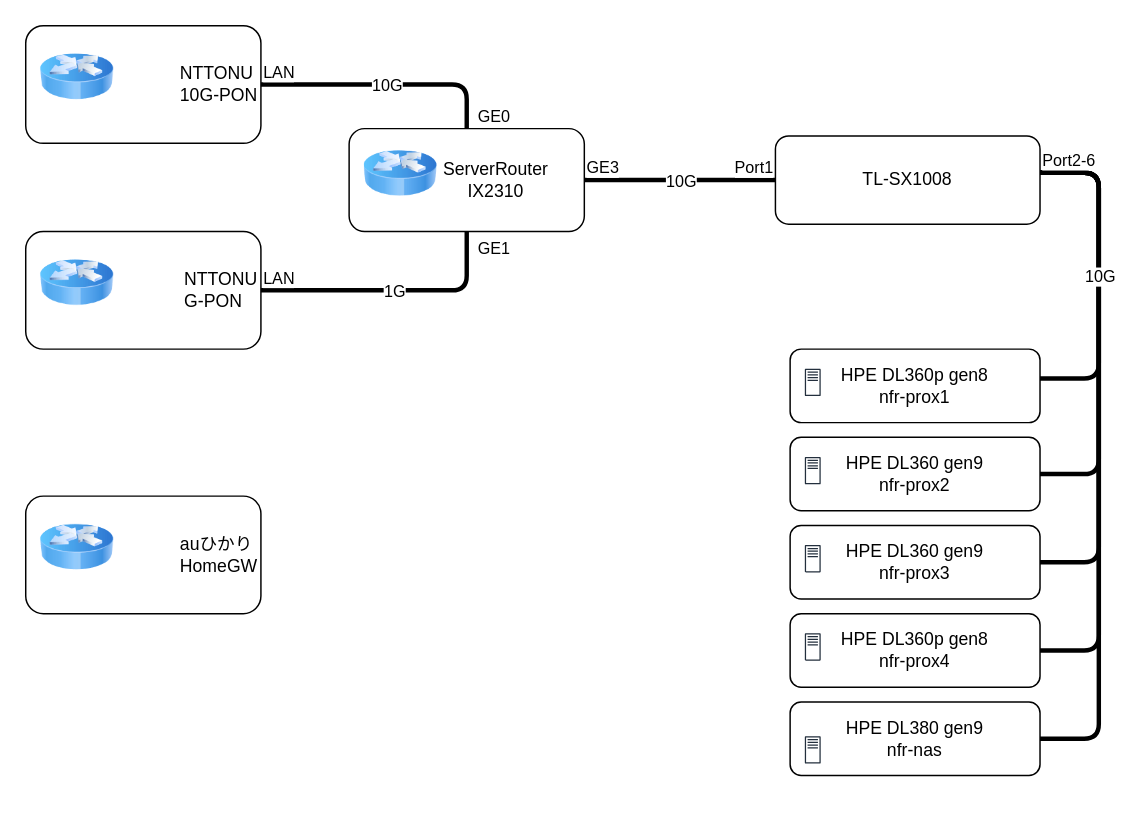
Earlier version of the draw.io diagram diagram/NFRNetworks_Home.drawio (khr245/NFRServer-Kubernetes). Source tidied: cells renumbered, new cells numbered last; positions are measured from the earlier drawing's top-left corner, leaving out a move shared by most shapes. Both pictures are drawn from the tidied source at 147%, with x=0, y=0 at pixel (25, 25).
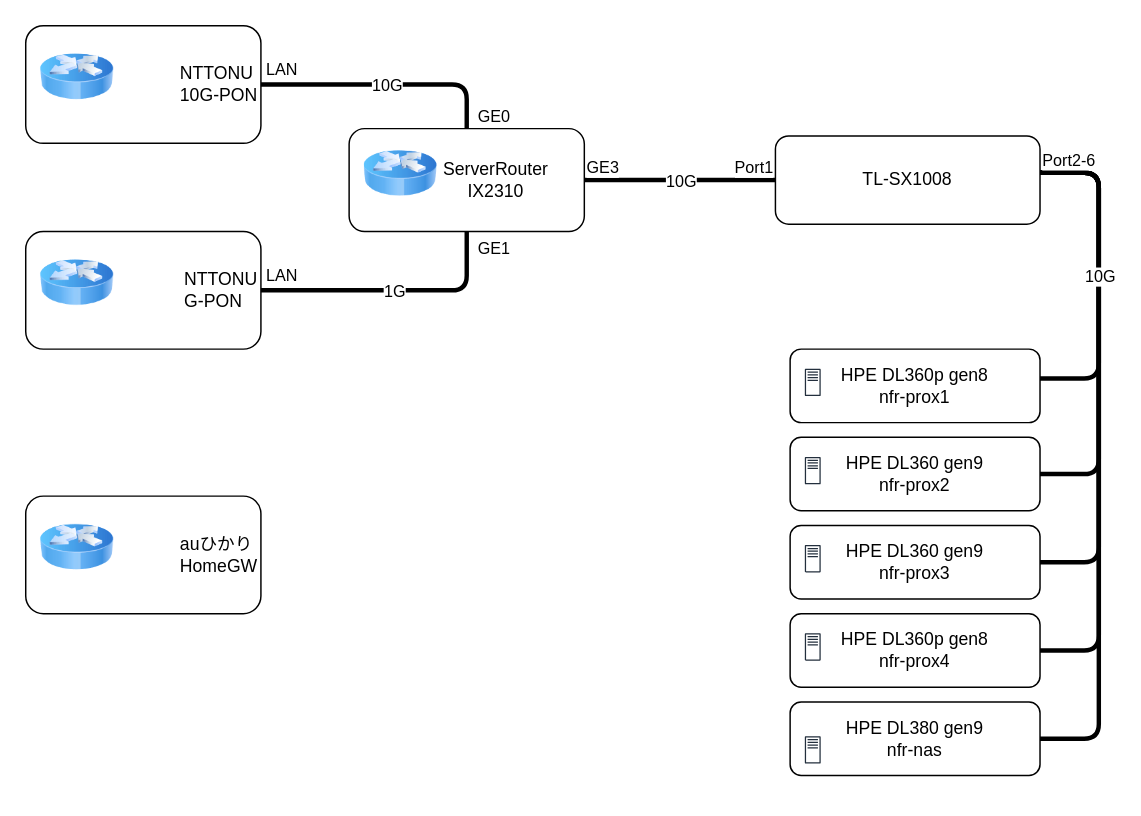
Above is the later version.

The change refers to these unchanged cells:
```xml
<mxCell id="11" style="endArrow=none;html=1;rounded=1;strokeWidth=3;exitX=1;exitY=0.5;exitDx=0;exitDy=0;entryX=0.5;entryY=0;entryDx=0;entryDy=0;endFill=0;" parent="1" edge="1" source="3" target="9">
  <mxGeometry relative="1" as="geometry">
    <Array as="points">
      <mxPoint x="300" y="40" />
    </Array>
  </mxGeometry>
</mxCell>
<mxCell id="15" style="endArrow=none;html=1;rounded=1;strokeWidth=3;exitX=1;exitY=0.5;exitDx=0;exitDy=0;entryX=0.5;entryY=1;entryDx=0;entryDy=0;endFill=0;" parent="1" edge="1" target="9">
  <mxGeometry relative="1" as="geometry">
    <mxPoint x="160" y="180" as="sourcePoint" />
    <Array as="points">
      <mxPoint x="300" y="180" />
    </Array>
  </mxGeometry>
</mxCell>
```

Diff of the diagram source:
```diff
@@
-    <mxCell id="13" value="LAN" style="edgeLabel;html=1;align=left;verticalAlign=bottom;" parent="11" vertex="1">
+    <mxCell id="13" value="LAN" style="edgeLabel;html=1;align=left;verticalAlign=bottom;spacing=4;" parent="11" vertex="1">
       <mxGeometry x="-1" relative="1" as="geometry" />
     </mxCell>
@@
-    <mxCell id="17" value="LAN" style="edgeLabel;html=1;align=left;verticalAlign=bottom;" parent="15" vertex="1">
+    <mxCell id="17" value="LAN" style="edgeLabel;html=1;align=left;verticalAlign=bottom;spacing=4;" parent="15" vertex="1">
       <mxGeometry x="-1" relative="1" as="geometry" />
     </mxCell>
```
